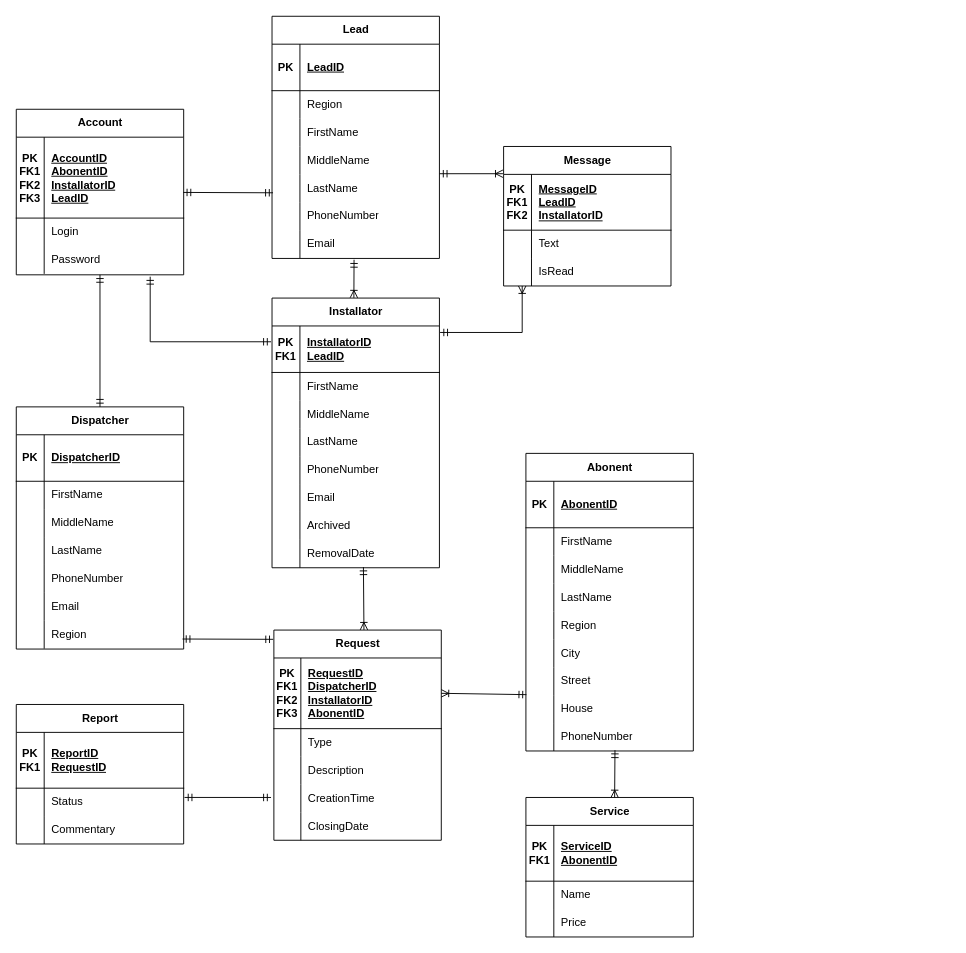
Above: Диаграммы/ER.drawio in LavruhinMax/Diplom (draw.io), before the change. Source tidied: cells renumbered, new cells numbered last; positions are measured from the earlier drawing's top-left corner, leaving out a move shared by most shapes. Both pictures are drawn from the tidied source at 93%, with x=0, y=0 at pixel (16, 16).
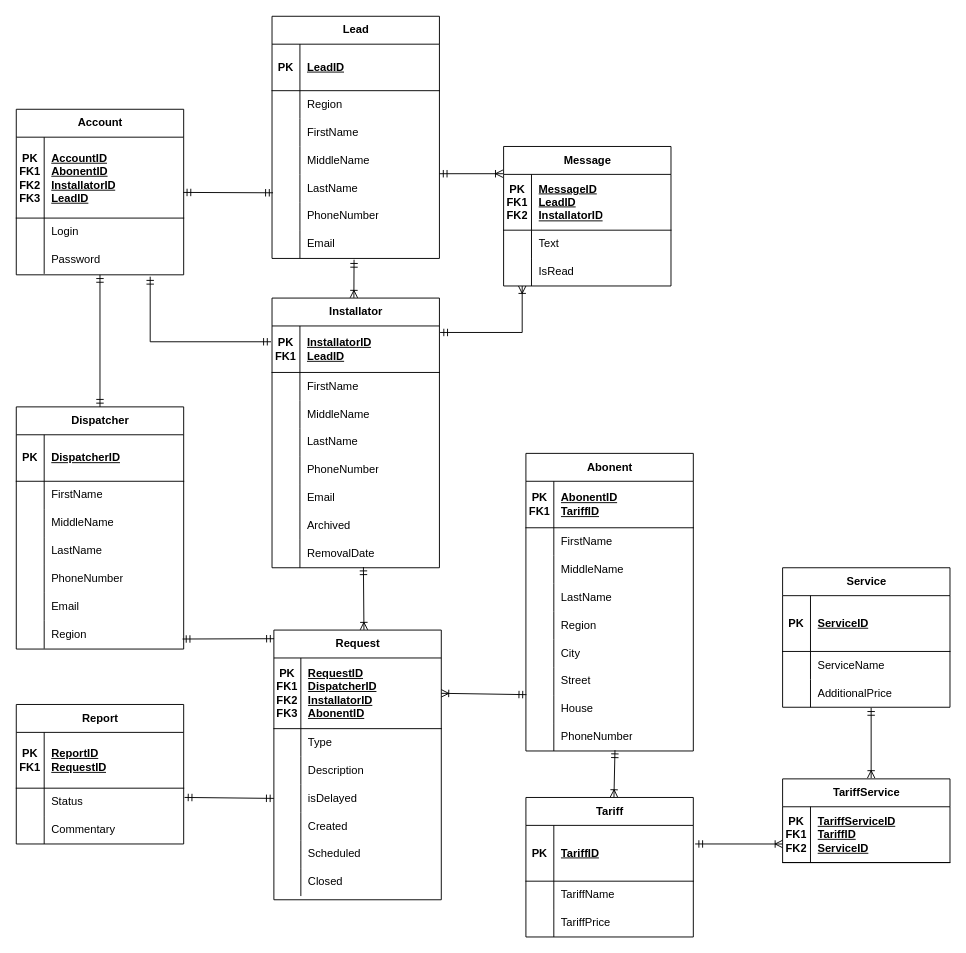
After the change.

The change refers to these unchanged cells:
```xml
<mxCell id="3" style="shape=tableRow;horizontal=0;startSize=0;swimlaneHead=0;swimlaneBody=0;fillColor=none;top=0;left=0;right=0;bottom=1;" parent="2" vertex="1">
  <mxGeometry y="30" width="180" height="50" as="geometry" />
</mxCell>
<mxCell id="27" style="shape=tableRow;horizontal=0;startSize=0;swimlaneHead=0;swimlaneBody=0;fillColor=none;points=[[0,0.5],[1,0.5]];portConstraint=eastwest;top=0;left=0;right=0;bottom=0;" parent="2" vertex="1">
  <mxGeometry y="290" width="180" height="30" as="geometry" />
</mxCell>
<mxCell id="31" style="shape=tableRow;horizontal=0;startSize=0;swimlaneHead=0;swimlaneBody=0;fillColor=none;top=0;left=0;right=0;bottom=1;" parent="30" vertex="1">
  <mxGeometry y="30" width="180" height="60" as="geometry" />
</mxCell>
<mxCell id="34" style="shape=tableRow;horizontal=0;startSize=0;swimlaneHead=0;swimlaneBody=0;fillColor=none;top=0;left=0;right=0;bottom=0;" parent="30" vertex="1">
  <mxGeometry y="90" width="180" height="30" as="geometry" />
</mxCell>
<mxCell id="37" style="shape=tableRow;horizontal=0;startSize=0;swimlaneHead=0;swimlaneBody=0;fillColor=none;points=[[0,0.5],[1,0.5]];portConstraint=eastwest;top=0;left=0;right=0;bottom=0;" parent="30" vertex="1">
  <mxGeometry y="120" width="180" height="30" as="geometry" />
</mxCell>
<mxCell id="117" style="shape=tableRow;horizontal=0;startSize=0;swimlaneHead=0;swimlaneBody=0;fillColor=none;points=[[0,0.5],[1,0.5]];portConstraint=eastwest;top=0;left=0;right=0;bottom=0;" parent="113" vertex="1">
  <mxGeometry y="90" width="180" height="30" as="geometry" />
</mxCell>
<mxCell id="147" style="shape=tableRow;horizontal=0;startSize=0;swimlaneHead=0;swimlaneBody=0;fillColor=none;points=[[0,0.5],[1,0.5]];portConstraint=eastwest;top=0;left=0;right=0;bottom=0;" parent="128" vertex="1">
  <mxGeometry y="230" width="180" height="30" as="geometry" />
</mxCell>
```

What changed in the source:
```diff
@@
-    <mxCell id="4" value="PK" style="shape=partialRectangle;fillColor=none;top=0;left=0;bottom=0;right=0;fontStyle=1;overflow=hidden;whiteSpace=wrap;html=1;" parent="3" vertex="1">
+    <mxCell id="4" value="PK&lt;div&gt;FK1&lt;/div&gt;" style="shape=partialRectangle;fillColor=none;top=0;left=0;bottom=0;right=0;fontStyle=1;overflow=hidden;whiteSpace=wrap;html=1;" parent="3" vertex="1">
       <mxGeometry width="30" height="50" as="geometry" />
     </mxCell>
-    <mxCell id="5" value="AbonentID" style="shape=partialRectangle;fillColor=none;top=0;left=0;bottom=0;right=0;align=left;spacingLeft=6;fontStyle=5;overflow=hidden;whiteSpace=wrap;html=1;" parent="3" vertex="1">
+    <mxCell id="5" value="AbonentID&lt;div&gt;TariffID&lt;/div&gt;" style="shape=partialRectangle;fillColor=none;top=0;left=0;bottom=0;right=0;align=left;spacingLeft=6;fontStyle=5;overflow=hidden;whiteSpace=wrap;html=1;" parent="3" vertex="1">
       <mxGeometry x="30" width="150" height="50" as="geometry" />
     </mxCell>
@@
     <mxCell id="30" value="Service" style="shape=table;startSize=30;childLayout=tableLayout;rowLines=0;fontStyle=1;align=center;html=1;" parent="1" vertex="1">
-      <mxGeometry x="548" y="840" width="180" height="150" as="geometry" />
+      <mxGeometry x="824" y="593" width="180" height="150" as="geometry" />
     </mxCell>
@@
-    <mxCell id="32" value="PK&lt;div&gt;FK1&lt;/div&gt;" style="shape=partialRectangle;fillColor=none;top=0;left=0;bottom=0;right=0;fontStyle=1;overflow=hidden;whiteSpace=wrap;html=1;" parent="31" vertex="1">
+    <mxCell id="32" value="PK" style="shape=partialRectangle;fillColor=none;top=0;left=0;bottom=0;right=0;fontStyle=1;overflow=hidden;whiteSpace=wrap;html=1;" parent="31" vertex="1">
       <mxGeometry width="30" height="60" as="geometry" />
     </mxCell>
-    <mxCell id="33" value="ServiceID&lt;div&gt;AbonentID&lt;/div&gt;" style="shape=partialRectangle;fillColor=none;top=0;left=0;bottom=0;right=0;align=left;spacingLeft=6;fontStyle=5;overflow=hidden;whiteSpace=wrap;html=1;" parent="31" vertex="1">
+    <mxCell id="33" value="ServiceID" style="shape=partialRectangle;fillColor=none;top=0;left=0;bottom=0;right=0;align=left;spacingLeft=6;fontStyle=5;overflow=hidden;whiteSpace=wrap;html=1;" parent="31" vertex="1">
       <mxGeometry x="30" width="150" height="60" as="geometry" />
     </mxCell>
@@
-    <mxCell id="36" value="Name" style="shape=partialRectangle;fillColor=none;top=0;left=0;bottom=0;right=0;align=left;spacingLeft=6;overflow=hidden;whiteSpace=wrap;html=1;" parent="34" vertex="1">
+    <mxCell id="36" value="ServiceName" style="shape=partialRectangle;fillColor=none;top=0;left=0;bottom=0;right=0;align=left;spacingLeft=6;overflow=hidden;whiteSpace=wrap;html=1;" parent="34" vertex="1">
       <mxGeometry x="30" width="150" height="30" as="geometry" />
     </mxCell>
@@
-    <mxCell id="39" value="Price" style="shape=partialRectangle;fillColor=none;top=0;left=0;bottom=0;right=0;align=left;spacingLeft=6;overflow=hidden;whiteSpace=wrap;html=1;" parent="37" vertex="1">
+    <mxCell id="39" value="AdditionalPrice" style="shape=partialRectangle;fillColor=none;top=0;left=0;bottom=0;right=0;align=left;spacingLeft=6;overflow=hidden;whiteSpace=wrap;html=1;" parent="37" vertex="1">
       <mxGeometry x="30" width="150" height="30" as="geometry" />
     </mxCell>
@@
     <mxCell id="97" value="Request" style="shape=table;startSize=30;childLayout=tableLayout;rowLines=0;fontStyle=1;align=center;html=1;" parent="1" vertex="1">
-      <mxGeometry x="277" y="660" width="180" height="226" as="geometry" />
+      <mxGeometry x="277" y="660" width="180" height="290" as="geometry" />
     </mxCell>
@@
+    <mxCell id="166" style="shape=tableRow;horizontal=0;startSize=0;swimlaneHead=0;swimlaneBody=0;fillColor=none;points=[[0,0.5],[1,0.5]];portConstraint=eastwest;top=0;left=0;right=0;bottom=0;" parent="97" vertex="1">
+      <mxGeometry y="166" width="180" height="30" as="geometry" />
+    </mxCell>
+    <mxCell id="167" style="shape=partialRectangle;fillColor=none;top=0;left=0;bottom=0;right=0;overflow=hidden;whiteSpace=wrap;html=1;" parent="166" vertex="1">
+      <mxGeometry width="29" height="30" as="geometry" />
+    </mxCell>
+    <mxCell id="168" value="isDelayed" style="shape=partialRectangle;fillColor=none;top=0;left=0;bottom=0;right=0;align=left;spacingLeft=6;overflow=hidden;whiteSpace=wrap;html=1;" parent="166" vertex="1">
+      <mxGeometry x="29" width="151" height="30" as="geometry" />
+    </mxCell>
     <mxCell id="107" style="shape=tableRow;horizontal=0;startSize=0;swimlaneHead=0;swimlaneBody=0;fillColor=none;points=[[0,0.5],[1,0.5]];portConstraint=eastwest;top=0;left=0;right=0;bottom=0;" parent="97" vertex="1">
-      <mxGeometry y="166" width="180" height="30" as="geometry" />
+      <mxGeometry y="196" width="180" height="30" as="geometry" />
     </mxCell>
@@
-    <mxCell id="109" value="CreationTime" style="shape=partialRectangle;fillColor=none;top=0;left=0;bottom=0;right=0;align=left;spacingLeft=6;overflow=hidden;whiteSpace=wrap;html=1;" parent="107" vertex="1">
+    <mxCell id="109" value="Created" style="shape=partialRectangle;fillColor=none;top=0;left=0;bottom=0;right=0;align=left;spacingLeft=6;overflow=hidden;whiteSpace=wrap;html=1;" parent="107" vertex="1">
       <mxGeometry x="29" width="151" height="30" as="geometry" />
     </mxCell>
     <mxCell id="110" style="shape=tableRow;horizontal=0;startSize=0;swimlaneHead=0;swimlaneBody=0;fillColor=none;top=0;left=0;right=0;bottom=0;" parent="97" vertex="1">
-      <mxGeometry y="196" width="180" height="30" as="geometry" />
+      <mxGeometry y="226" width="180" height="30" as="geometry" />
     </mxCell>
@@
-    <mxCell id="112" value="ClosingDate" style="shape=partialRectangle;fillColor=none;top=0;left=0;bottom=0;right=0;align=left;spacingLeft=6;overflow=hidden;whiteSpace=wrap;html=1;" parent="110" vertex="1">
+    <mxCell id="112" value="Scheduled" style="shape=partialRectangle;fillColor=none;top=0;left=0;bottom=0;right=0;align=left;spacingLeft=6;overflow=hidden;whiteSpace=wrap;html=1;" parent="110" vertex="1">
       <mxGeometry x="29" width="151" height="30" as="geometry" />
     </mxCell>
+    <mxCell id="169" style="shape=tableRow;horizontal=0;startSize=0;swimlaneHead=0;swimlaneBody=0;fillColor=none;top=0;left=0;right=0;bottom=0;" parent="97" vertex="1">
+      <mxGeometry y="256" width="180" height="30" as="geometry" />
+    </mxCell>
+    <mxCell id="170" style="shape=partialRectangle;fillColor=none;top=0;left=0;bottom=0;right=0;overflow=hidden;whiteSpace=wrap;html=1;" parent="169" vertex="1">
+      <mxGeometry width="29" height="30" as="geometry" />
+    </mxCell>
+    <mxCell id="171" value="Closed" style="shape=partialRectangle;fillColor=none;top=0;left=0;bottom=0;right=0;align=left;spacingLeft=6;overflow=hidden;whiteSpace=wrap;html=1;" parent="169" vertex="1">
+      <mxGeometry x="29" width="151" height="30" as="geometry" />
+    </mxCell>
@@
-    <mxCell id="123" style="fontSize=12;html=1;endArrow=ERoneToMany;startArrow=ERmandOne;rounded=0;exitX=0.532;exitY=0.971;exitDx=0;exitDy=0;exitPerimeter=0;entryX=0.53;entryY=0.001;entryDx=0;entryDy=0;entryPerimeter=0;" parent="1" edge="1" source="27" target="30">
+    <mxCell id="123" style="fontSize=12;html=1;endArrow=ERoneToMany;startArrow=ERmandOne;rounded=0;exitX=0.532;exitY=0.971;exitDx=0;exitDy=0;exitPerimeter=0;entryX=0.526;entryY=-0.002;entryDx=0;entryDy=0;entryPerimeter=0;" parent="1" edge="1" source="27" target="172">
       <mxGeometry relative="1" as="geometry" />
     </mxCell>
@@
-    <mxCell id="126" style="fontSize=12;html=1;endArrow=ERmandOne;startArrow=ERmandOne;rounded=0;startFill=0;endFill=0;entryX=1.005;entryY=0.332;entryDx=0;entryDy=0;entryPerimeter=0;exitX=-0.017;exitY=0.467;exitDx=0;exitDy=0;exitPerimeter=0;" parent="1" edge="1" source="107" target="117">
+    <mxCell id="126" style="fontSize=12;html=1;endArrow=ERmandOne;startArrow=ERmandOne;rounded=0;startFill=0;endFill=0;entryX=1.005;entryY=0.332;entryDx=0;entryDy=0;entryPerimeter=0;exitX=0;exitY=0.5;exitDx=0;exitDy=0;" parent="1" edge="1" source="166" target="117">
       <mxGeometry relative="1" as="geometry" />
     </mxCell>
-    <mxCell id="127" style="fontSize=12;html=1;endArrow=ERmandOne;startArrow=ERmandOne;rounded=0;startFill=0;endFill=0;exitX=-0.004;exitY=0.044;exitDx=0;exitDy=0;exitPerimeter=0;entryX=0.993;entryY=0.654;entryDx=0;entryDy=0;entryPerimeter=0;" parent="1" edge="1" source="97" target="147">
+    <mxCell id="127" style="fontSize=12;html=1;endArrow=ERmandOne;startArrow=ERmandOne;rounded=0;startFill=0;endFill=0;entryX=0.993;entryY=0.654;entryDx=0;entryDy=0;entryPerimeter=0;exitX=0.001;exitY=0.032;exitDx=0;exitDy=0;exitPerimeter=0;" parent="1" edge="1" source="97" target="147">
       <mxGeometry relative="1" as="geometry" />
     </mxCell>
@@
+    <mxCell id="172" value="Tariff" style="shape=table;startSize=30;childLayout=tableLayout;rowLines=0;fontStyle=1;align=center;html=1;" parent="1" vertex="1">
+      <mxGeometry x="548" y="840" width="180" height="150" as="geometry" />
+    </mxCell>
+    <mxCell id="173" style="shape=tableRow;horizontal=0;startSize=0;swimlaneHead=0;swimlaneBody=0;fillColor=none;points=[[0,0.5],[1,0.5]];portConstraint=eastwest;top=0;left=0;right=0;bottom=1;" parent="172" vertex="1">
+      <mxGeometry y="30" width="180" height="60" as="geometry" />
+    </mxCell>
+    <mxCell id="174" value="PK" style="shape=partialRectangle;fillColor=none;top=0;left=0;bottom=0;right=0;fontStyle=1;overflow=hidden;whiteSpace=wrap;html=1;" parent="173" vertex="1">
+      <mxGeometry width="30" height="60" as="geometry" />
+    </mxCell>
+    <mxCell id="175" value="TariffID" style="shape=partialRectangle;fillColor=none;top=0;left=0;bottom=0;right=0;align=left;spacingLeft=6;fontStyle=5;overflow=hidden;whiteSpace=wrap;html=1;" parent="173" vertex="1">
+      <mxGeometry x="30" width="150" height="60" as="geometry" />
+    </mxCell>
+    <mxCell id="176" style="shape=tableRow;horizontal=0;startSize=0;swimlaneHead=0;swimlaneBody=0;fillColor=none;top=0;left=0;right=0;bottom=0;" parent="172" vertex="1">
+      <mxGeometry y="90" width="180" height="30" as="geometry" />
+    </mxCell>
+    <mxCell id="177" style="shape=partialRectangle;fillColor=none;top=0;left=0;bottom=0;right=0;overflow=hidden;whiteSpace=wrap;html=1;" parent="176" vertex="1">
+      <mxGeometry width="30" height="30" as="geometry" />
+    </mxCell>
+    <mxCell id="178" value="TariffName" style="shape=partialRectangle;fillColor=none;top=0;left=0;bottom=0;right=0;align=left;spacingLeft=6;overflow=hidden;whiteSpace=wrap;html=1;" parent="176" vertex="1">
+      <mxGeometry x="30" width="150" height="30" as="geometry" />
+    </mxCell>
+    <mxCell id="179" style="shape=tableRow;horizontal=0;startSize=0;swimlaneHead=0;swimlaneBody=0;fillColor=none;top=0;left=0;right=0;bottom=0;" parent="172" vertex="1">
+      <mxGeometry y="120" width="180" height="30" as="geometry" />
+    </mxCell>
+    <mxCell id="180" style="shape=partialRectangle;fillColor=none;top=0;left=0;bottom=0;right=0;overflow=hidden;whiteSpace=wrap;html=1;" parent="179" vertex="1">
+      <mxGeometry width="30" height="30" as="geometry" />
+    </mxCell>
+    <mxCell id="181" value="TariffPrice" style="shape=partialRectangle;fillColor=none;top=0;left=0;bottom=0;right=0;align=left;spacingLeft=6;overflow=hidden;whiteSpace=wrap;html=1;" parent="179" vertex="1">
+      <mxGeometry x="30" width="150" height="30" as="geometry" />
+    </mxCell>
+    <mxCell id="182" value="TariffService" style="shape=table;startSize=30;childLayout=tableLayout;rowLines=0;fontStyle=1;align=center;html=1;" parent="1" vertex="1">
+      <mxGeometry x="824" y="820" width="180" height="90" as="geometry" />
+    </mxCell>
+    <mxCell id="183" style="shape=tableRow;horizontal=0;startSize=0;swimlaneHead=0;swimlaneBody=0;fillColor=none;points=[[0,0.5],[1,0.5]];portConstraint=eastwest;top=0;left=0;right=0;bottom=1;" parent="182" vertex="1">
+      <mxGeometry y="30" width="180" height="60" as="geometry" />
+    </mxCell>
+    <mxCell id="184" value="PK&lt;div&gt;FK1&lt;/div&gt;&lt;div&gt;FK2&lt;/div&gt;" style="shape=partialRectangle;fillColor=none;top=0;left=0;bottom=0;right=0;fontStyle=1;overflow=hidden;whiteSpace=wrap;html=1;" parent="183" vertex="1">
+      <mxGeometry width="30" height="60" as="geometry" />
+    </mxCell>
+    <mxCell id="185" value="TariffServiceID&lt;div&gt;TariffID&lt;/div&gt;&lt;div&gt;ServiceID&lt;/div&gt;" style="shape=partialRectangle;fillColor=none;top=0;left=0;bottom=0;right=0;align=left;spacingLeft=6;fontStyle=5;overflow=hidden;whiteSpace=wrap;html=1;" parent="183" vertex="1">
+      <mxGeometry x="30" width="150" height="60" as="geometry" />
+    </mxCell>
+    <mxCell id="186" style="fontSize=12;html=1;endArrow=ERoneToMany;startArrow=ERmandOne;rounded=0;entryX=0;entryY=0.667;entryDx=0;entryDy=0;entryPerimeter=0;exitX=1.011;exitY=0.333;exitDx=0;exitDy=0;exitPerimeter=0;" parent="1" edge="1" source="173" target="183">
+      <mxGeometry relative="1" as="geometry" />
+    </mxCell>
+    <mxCell id="187" style="fontSize=12;html=1;endArrow=ERoneToMany;startArrow=ERmandOne;rounded=0;entryX=0.529;entryY=-0.009;entryDx=0;entryDy=0;entryPerimeter=0;exitX=0.529;exitY=1.02;exitDx=0;exitDy=0;exitPerimeter=0;" parent="1" edge="1" source="37" target="182">
+      <mxGeometry relative="1" as="geometry" />
+    </mxCell>
```
